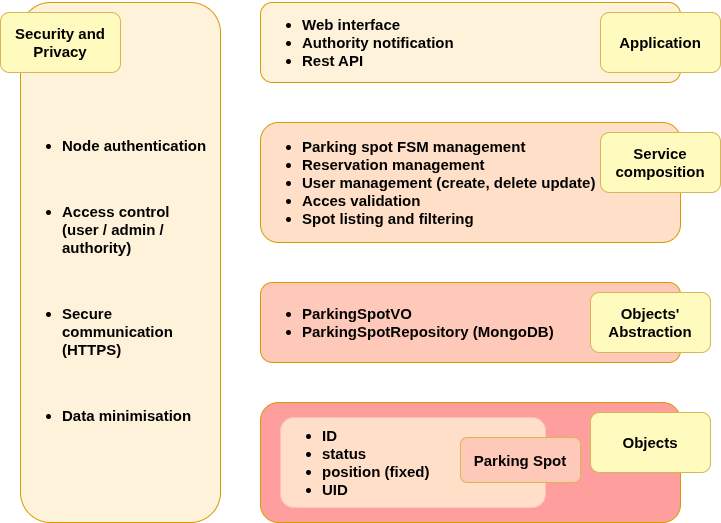
Earlier version of the draw.io export analysis_document/pics/archi_view_2.png (lasercata/IoT_parking_management). Source tidied: cells renumbered, new cells last; positions are measured from the earlier drawing's top-left corner, leaving out a move shared by most shapes.
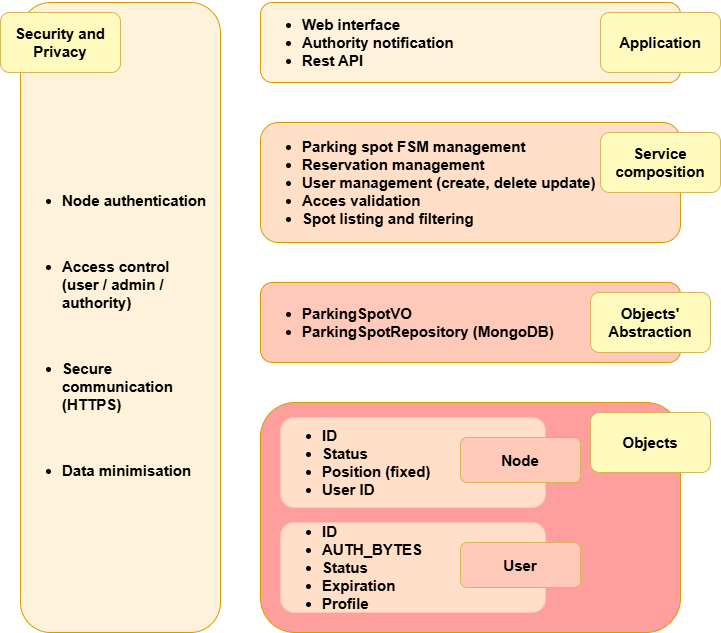
Later version of the same file.

The edit, as a diff of the source:
```diff
@@ -12,9 +12,9 @@
       <mxGeometry x="260" y="280" width="420" height="80" as="geometry" />
     </mxCell>
     <mxCell id="5" value="&lt;div&gt;&lt;br&gt;&lt;/div&gt;" style="rounded=1;whiteSpace=wrap;html=1;fillColor=#FF9F9D;strokeColor=#d79b00;fontSize=15;fontStyle=1;align=left;" parent="1" vertex="1">
-      <mxGeometry x="260" y="400" width="420" height="120" as="geometry" />
+      <mxGeometry x="260" y="400" width="420" height="230" as="geometry" />
     </mxCell>
-    <mxCell id="6" value="&lt;ul&gt;&lt;li&gt;ID&lt;/li&gt;&lt;li&gt;status&lt;/li&gt;&lt;li&gt;position (fixed)&lt;/li&gt;&lt;li&gt;UID&lt;/li&gt;&lt;/ul&gt;" style="rounded=1;whiteSpace=wrap;html=1;fillColor=#FFDFC7;strokeColor=#FFC2B5;fontSize=15;fontStyle=1;align=left;" parent="1" vertex="1">
+    <mxCell id="6" value="&lt;ul&gt;&lt;li&gt;ID&lt;/li&gt;&lt;li&gt;Status&lt;/li&gt;&lt;li&gt;Position (fixed)&lt;/li&gt;&lt;li&gt;User ID&lt;/li&gt;&lt;/ul&gt;" style="rounded=1;whiteSpace=wrap;html=1;fillColor=#FFDFC7;strokeColor=#FFC2B5;fontSize=15;fontStyle=1;align=left;" parent="1" vertex="1">
       <mxGeometry x="280" y="415" width="265" height="90" as="geometry" />
     </mxCell>
     <mxCell id="7" value="&lt;font style=&quot;font-size: 15px;&quot;&gt;&lt;b&gt;Objects&lt;/b&gt;&lt;/font&gt;" style="rounded=1;whiteSpace=wrap;html=1;fillColor=#FFFABD;strokeColor=#d6b656;" parent="1" vertex="1">
@@ -29,14 +29,20 @@
     <mxCell id="10" value="&lt;font style=&quot;font-size: 15px;&quot;&gt;&lt;b&gt;Application&lt;/b&gt;&lt;/font&gt;" style="rounded=1;whiteSpace=wrap;html=1;fillColor=#FFFABD;strokeColor=#d6b656;" parent="1" vertex="1">
       <mxGeometry x="600" y="10" width="120" height="60" as="geometry" />
     </mxCell>
-    <mxCell id="11" value="&lt;font style=&quot;font-size: 15px;&quot;&gt;&lt;b&gt;Parking Spot&lt;/b&gt;&lt;/font&gt;" style="rounded=1;whiteSpace=wrap;html=1;fillColor=#FFC9B9;strokeColor=#d6b656;" parent="1" vertex="1">
+    <mxCell id="11" value="&lt;font style=&quot;font-size: 15px;&quot;&gt;&lt;b&gt;Node&lt;/b&gt;&lt;/font&gt;" style="rounded=1;whiteSpace=wrap;html=1;fillColor=#FFC9B9;strokeColor=#d6b656;" parent="1" vertex="1">
       <mxGeometry x="460" y="435" width="120" height="45" as="geometry" />
     </mxCell>
     <mxCell id="12" value="&lt;div&gt;&lt;br&gt;&lt;/div&gt;&lt;div&gt;&lt;br&gt;&lt;/div&gt;&lt;ul&gt;&lt;li&gt;&lt;p&gt;Node authentication&lt;/p&gt;&lt;/li&gt;&lt;/ul&gt;&lt;div&gt;&lt;br&gt;&lt;/div&gt;&lt;ul&gt;&lt;li&gt;&lt;p&gt;Access control&amp;nbsp; &amp;nbsp; (user / admin / authority)&lt;/p&gt;&lt;/li&gt;&lt;/ul&gt;&lt;div&gt;&lt;br&gt;&lt;/div&gt;&lt;ul&gt;&lt;li&gt;&lt;p&gt;Secure communication (HTTPS)&lt;/p&gt;&lt;/li&gt;&lt;br&gt;&lt;li&gt;&lt;p&gt;Data minimisation&lt;/p&gt;&lt;/li&gt;&lt;/ul&gt;" style="rounded=1;whiteSpace=wrap;html=1;fillColor=#FFF2DA;strokeColor=#d79b00;fontSize=15;fontStyle=1;align=left;" parent="1" vertex="1">
-      <mxGeometry x="20" width="200" height="520" as="geometry" />
+      <mxGeometry x="20" width="200" height="630" as="geometry" />
     </mxCell>
     <mxCell id="13" value="&lt;font style=&quot;font-size: 15px;&quot;&gt;&lt;b&gt;Security and Privacy&lt;/b&gt;&lt;/font&gt;" style="rounded=1;whiteSpace=wrap;html=1;fillColor=#FFFABD;strokeColor=#d6b656;" parent="1" vertex="1">
       <mxGeometry y="10" width="120" height="60" as="geometry" />
     </mxCell>
+    <mxCell id="14" value="&lt;ul&gt;&lt;li&gt;ID&lt;/li&gt;&lt;li&gt;AUTH_BYTES&lt;/li&gt;&lt;li&gt;Status&lt;/li&gt;&lt;li&gt;Expiration&lt;/li&gt;&lt;li&gt;Profile&lt;/li&gt;&lt;/ul&gt;" style="rounded=1;whiteSpace=wrap;html=1;fillColor=#FFDFC7;strokeColor=#FFC2B5;fontSize=15;fontStyle=1;align=left;" parent="1" vertex="1">
+      <mxGeometry x="280" y="520" width="265" height="90" as="geometry" />
+    </mxCell>
+    <mxCell id="15" value="&lt;span style=&quot;font-size: 15px;&quot;&gt;&lt;b&gt;User&lt;/b&gt;&lt;/span&gt;" style="rounded=1;whiteSpace=wrap;html=1;fillColor=#FFC9B9;strokeColor=#d6b656;" parent="1" vertex="1">
+      <mxGeometry x="460" y="540" width="120" height="45" as="geometry" />
+    </mxCell>
   </root>
 </mxGraphModel>
```
